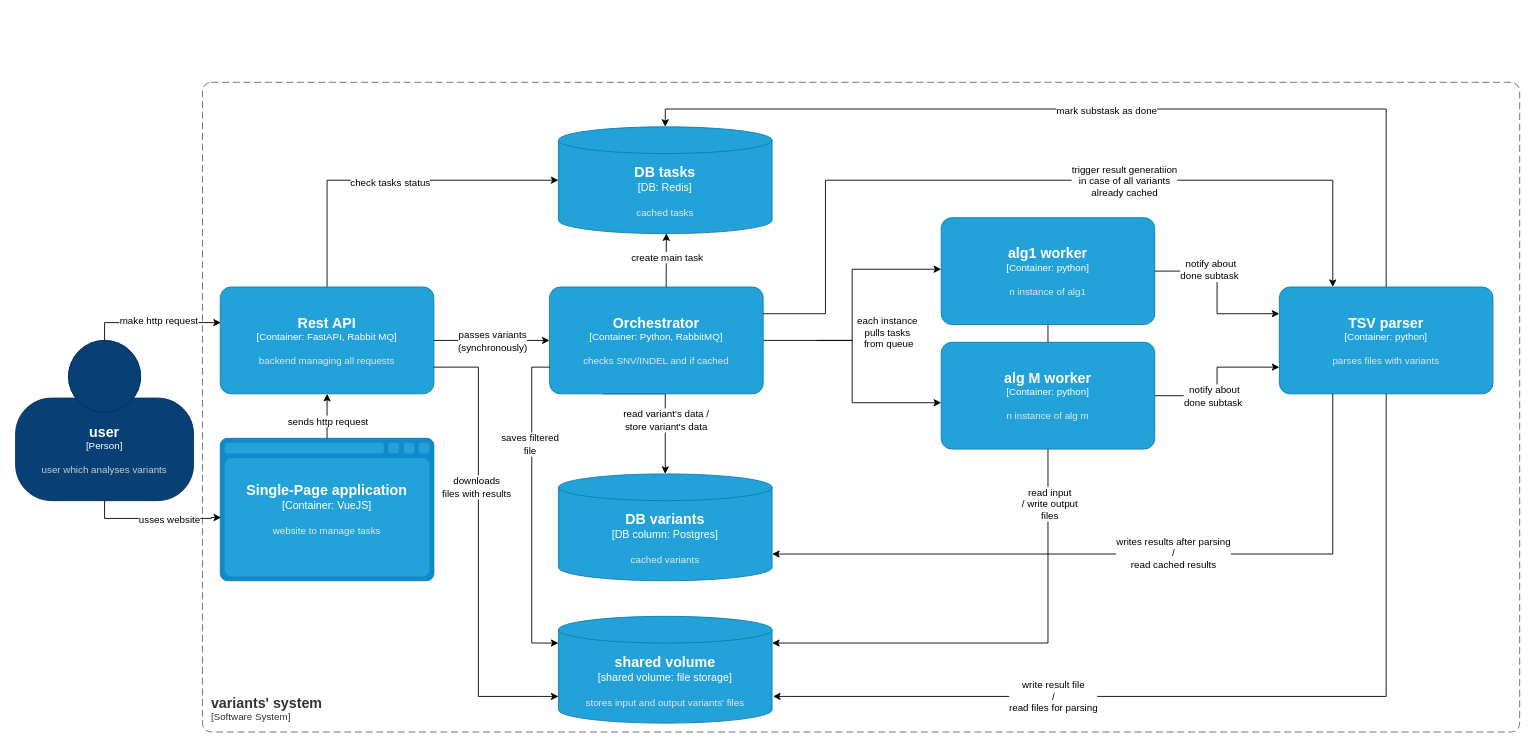
This is page "container" (1 of 2) of docs/architecture.drawio from wz7475/genetics-app, a draw.io file, before an edit. Source tidied: cells renumbered, new cells numbered last; positions are measured from the earlier drawing's top-left corner, leaving out a move shared by most shapes. Both pictures are drawn from the tidied source at 89%, with x=0, y=0 at pixel (15, 82).
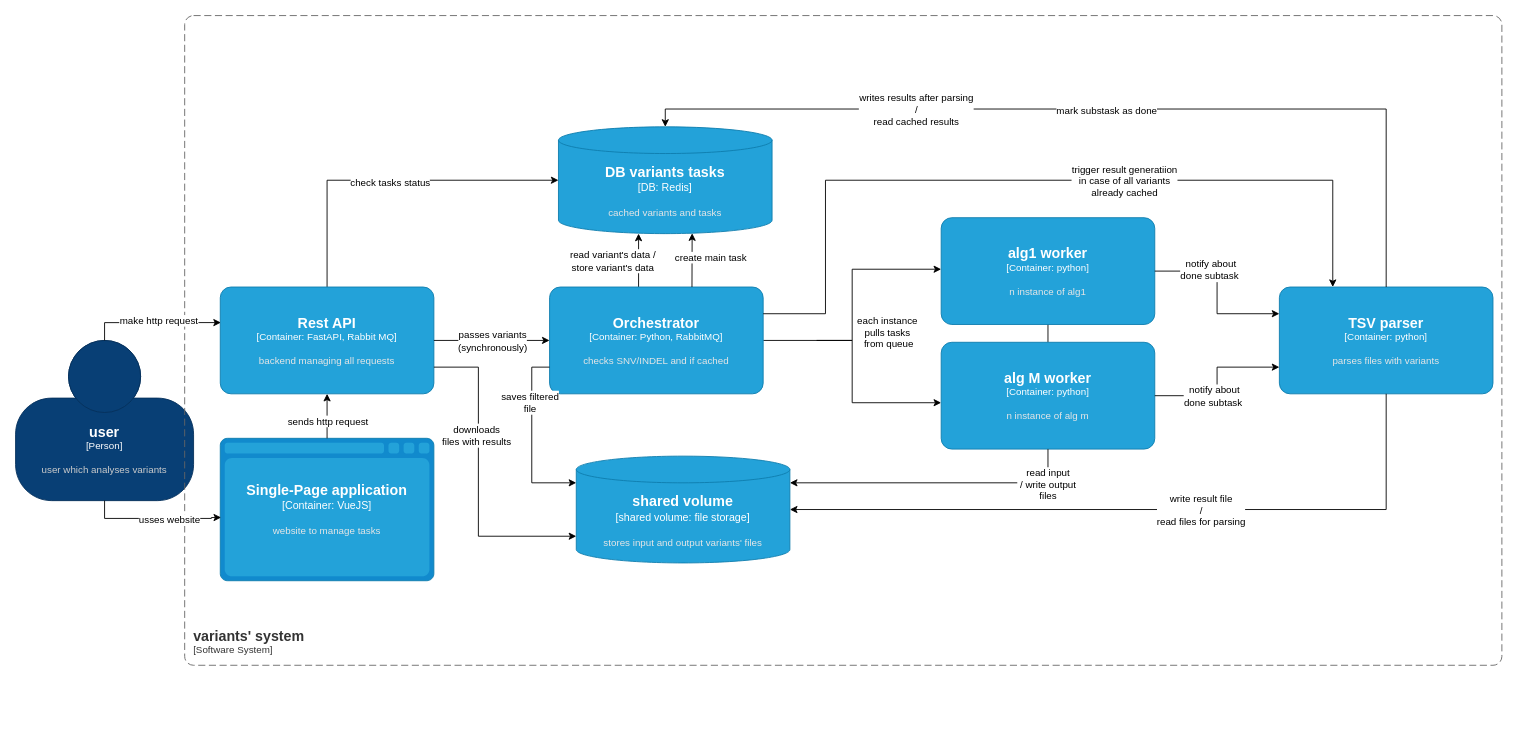
The same page after the edit.

The change refers to these unchanged cells:
```xml
<object id="8" label="&lt;font style=&quot;font-size: 16px&quot;&gt;&lt;b&gt;%c4Name%&lt;/b&gt;&lt;/font&gt;&lt;div&gt;[%c4Type%: %c4Technology%]&lt;/div&gt;&lt;br&gt;&lt;div&gt;&lt;font style=&quot;font-size: 11px&quot;&gt;&lt;font color=&quot;#E6E6E6&quot;&gt;%c4Description%&lt;/font&gt;&lt;/div&gt;" c4Description="backend managing all requests" c4Name="Rest API" c4Technology="FastAPI, Rabbit MQ" c4Type="Container" placeholders="1">
  <mxCell style="rounded=1;whiteSpace=wrap;html=1;fontSize=11;labelBackgroundColor=none;fillColor=#23A2D9;fontColor=#ffffff;align=center;arcSize=10;strokeColor=#0E7DAD;points=[[0.25,0,0],[0.5,0,0],[0.75,0,0],[1,0.25,0],[1,0.5,0],[1,0.75,0],[0.75,1,0],[0.5,1,0],[0.25,1,0],[0,0.75,0],[0,0.5,0],[0,0.25,0]];glass=0;shadow=0;" parent="1" vertex="1">
    <mxGeometry x="230" y="230" width="240" height="120" as="geometry" />
  </mxCell>
</object>
<object id="17" label="&lt;font style=&quot;font-size: 16px&quot;&gt;&lt;b&gt;%c4Name%&lt;/b&gt;&lt;/font&gt;&lt;div&gt;[%c4Type%: %c4Technology%]&lt;/div&gt;&lt;br&gt;&lt;div&gt;&lt;font style=&quot;font-size: 11px&quot;&gt;&lt;font color=&quot;#E6E6E6&quot;&gt;%c4Description%&lt;/font&gt;&lt;/div&gt;" c4Description="checks SNV/INDEL and if cached" c4Name="Orchestrator" c4Technology="Python, RabbitMQ" c4Type="Container" placeholders="1">
  <mxCell style="rounded=1;whiteSpace=wrap;html=1;fontSize=11;labelBackgroundColor=none;fillColor=#23A2D9;fontColor=#ffffff;align=center;arcSize=10;strokeColor=#0E7DAD;points=[[0.25,0,0],[0.5,0,0],[0.75,0,0],[1,0.25,0],[1,0.5,0],[1,0.75,0],[0.75,1,0],[0.5,1,0],[0.25,1,0],[0,0.75,0],[0,0.5,0],[0,0.25,0]];" parent="1" vertex="1">
    <mxGeometry x="600" y="230" width="240" height="120" as="geometry" />
  </mxCell>
</object>
<object id="30" label="&lt;font style=&quot;font-size: 16px&quot;&gt;&lt;b&gt;%c4Name%&lt;/b&gt;&lt;/font&gt;&lt;div&gt;[%c4Type%: %c4Technology%]&lt;/div&gt;&lt;br&gt;&lt;div&gt;&lt;font style=&quot;font-size: 11px&quot;&gt;&lt;font color=&quot;#E6E6E6&quot;&gt;%c4Description%&lt;/font&gt;&lt;/div&gt;" c4Description="parses files with variants" c4Name="TSV parser" c4Technology="python" c4Type="Container" placeholders="1">
  <mxCell style="rounded=1;whiteSpace=wrap;html=1;fontSize=11;labelBackgroundColor=none;fillColor=#23A2D9;fontColor=#ffffff;align=center;arcSize=10;strokeColor=#0E7DAD;points=[[0.25,0,0],[0.5,0,0],[0.75,0,0],[1,0.25,0],[1,0.5,0],[1,0.75,0],[0.75,1,0],[0.5,1,0],[0.25,1,0],[0,0.75,0],[0,0.5,0],[0,0.25,0]];" parent="1" vertex="1">
    <mxGeometry x="1420" y="230" width="240" height="120" as="geometry" />
  </mxCell>
</object>
<mxCell id="45" style="edgeStyle=orthogonalEdgeStyle;rounded=0;jettySize=auto;html=1;exitX=0.5;exitY=0;exitDx=0;exitDy=0;exitPerimeter=0;entryX=0.5;entryY=0;entryDx=0;entryDy=0;entryPerimeter=0;" parent="1" edge="1" source="30" target="23">
  <mxGeometry relative="1" as="geometry" />
</mxCell>
```

The edit, as a diff of the source:
```diff
@@
     <object id="4" label="&lt;font style=&quot;font-size: 16px&quot;&gt;&lt;b&gt;&lt;div style=&quot;text-align: left&quot;&gt;%c4Name%&lt;/div&gt;&lt;/b&gt;&lt;/font&gt;&lt;div style=&quot;text-align: left&quot;&gt;[%c4Application%]&lt;/div&gt;" c4Application="Software System" c4Name="variants' system" placeholders="1">
       <mxCell style="rounded=1;fontSize=11;whiteSpace=wrap;html=1;dashed=1;arcSize=20;fillColor=none;strokeColor=#666666;fontColor=#333333;labelBackgroundColor=none;align=left;verticalAlign=bottom;labelBorderColor=none;spacingTop=0;spacing=10;dashPattern=8 4;perimeter=rectanglePerimeter;noLabel=0;labelPadding=0;absoluteArcSize=1;" parent="1" vertex="1">
-        <mxGeometry x="210" width="1480" height="730" as="geometry" />
+        <mxGeometry x="190" y="-75" width="1480" height="730" as="geometry" />
       </mxCell>
     </object>
@@
-    <object id="12" label="&lt;font style=&quot;font-size: 16px&quot;&gt;&lt;b&gt;%c4Type%&lt;/b&gt;&lt;/font&gt;&lt;div&gt;[%c4Container%:&amp;nbsp;%c4Technology%]&lt;/div&gt;&lt;br&gt;&lt;div&gt;&lt;font style=&quot;font-size: 11px&quot;&gt;&lt;font color=&quot;#E6E6E6&quot;&gt;%c4Description%&lt;/font&gt;&lt;/div&gt;" c4Container="DB column" c4Description="cached variants" c4Technology="Postgres" c4Type="DB variants" placeholders="1">
-      <mxCell style="shape=cylinder3;size=15;whiteSpace=wrap;html=1;boundedLbl=1;rounded=0;labelBackgroundColor=none;fillColor=#23A2D9;fontSize=12;fontColor=#ffffff;align=center;strokeColor=#0E7DAD;points=[[0.5,0,0],[1,0.25,0],[1,0.5,0],[1,0.75,0],[0.5,1,0],[0,0.75,0],[0,0.5,0],[0,0.25,0]];" parent="1" vertex="1">
-        <mxGeometry x="610" y="440" width="240" height="120" as="geometry" />
-      </mxCell>
-    </object>
@@
-    <mxCell id="15" style="edgeStyle=orthogonalEdgeStyle;rounded=0;jettySize=auto;html=1;exitX=0.25;exitY=1;exitDx=0;exitDy=0;exitPerimeter=0;" parent="1" edge="1" source="17" target="12">
-      <mxGeometry relative="1" as="geometry">
-        <Array as="points">
-          <mxPoint x="730" y="350" />
-        </Array>
-      </mxGeometry>
-    </mxCell>
+    <mxCell id="49" style="edgeStyle=orthogonalEdgeStyle;rounded=0;orthogonalLoop=1;jettySize=auto;html=1;" parent="1" edge="1">
+      <mxGeometry relative="1" as="geometry">
+        <mxPoint x="700" y="230" as="sourcePoint" />
+        <mxPoint x="700" y="170" as="targetPoint" />
+      </mxGeometry>
+    </mxCell>
-    <mxCell id="16" value="read variant's data /&lt;br&gt;store variant's data" style="edgeLabel;html=1;align=center;verticalAlign=middle;" parent="15" vertex="1">
-      <mxGeometry x="-0.09" y="1" relative="1" as="geometry">
-        <mxPoint x="-1" y="26" as="offset" />
+    <mxCell id="16" value="read variant's data /&lt;br&gt;store variant's data" style="edgeLabel;html=1;align=center;verticalAlign=middle;" parent="49" vertex="1">
+      <mxGeometry x="-0.13" y="2" relative="1" as="geometry">
+        <mxPoint x="-28" y="-4" as="offset" />
       </mxGeometry>
     </mxCell>
@@
-    <object id="23" label="&lt;font style=&quot;font-size: 16px&quot;&gt;&lt;b&gt;%c4Type%&lt;/b&gt;&lt;/font&gt;&lt;div&gt;[%c4Container%:&amp;nbsp;%c4Technology%]&lt;/div&gt;&lt;br&gt;&lt;div&gt;&lt;font style=&quot;font-size: 11px&quot;&gt;&lt;font color=&quot;#E6E6E6&quot;&gt;%c4Description%&lt;/font&gt;&lt;/div&gt;" c4Container="DB" c4Description="cached tasks" c4Technology="Redis" c4Type="DB tasks" placeholders="1">
+    <object id="23" label="&lt;font style=&quot;font-size: 16px&quot;&gt;&lt;b&gt;%c4Type%&lt;/b&gt;&lt;/font&gt;&lt;div&gt;[%c4Container%:&amp;nbsp;%c4Technology%]&lt;/div&gt;&lt;br&gt;&lt;div&gt;&lt;font style=&quot;font-size: 11px&quot;&gt;&lt;font color=&quot;#E6E6E6&quot;&gt;%c4Description%&lt;/font&gt;&lt;/div&gt;" c4Container="DB" c4Description="cached variants and tasks" c4Technology="Redis" c4Type="DB variants tasks" placeholders="1">
       <mxCell style="shape=cylinder3;size=15;whiteSpace=wrap;html=1;boundedLbl=1;rounded=0;labelBackgroundColor=none;fillColor=#23A2D9;fontSize=12;fontColor=#ffffff;align=center;strokeColor=#0E7DAD;points=[[0.5,0,0],[1,0.25,0],[1,0.5,0],[1,0.75,0],[0.5,1,0],[0,0.75,0],[0,0.5,0],[0,0.25,0]];" parent="1" vertex="1">
         <mxGeometry x="610" y="50" width="240" height="120" as="geometry" />
       </mxCell>
     </object>
@@
-    <mxCell id="25" style="edgeStyle=orthogonalEdgeStyle;rounded=0;jettySize=auto;html=1;entryX=0.505;entryY=0.997;entryDx=0;entryDy=0;entryPerimeter=0;" parent="1" edge="1" target="23">
+    <mxCell id="25" style="edgeStyle=orthogonalEdgeStyle;rounded=0;orthogonalLoop=1;jettySize=auto;html=1;entryX=0.505;entryY=0.997;entryDx=0;entryDy=0;entryPerimeter=0;" parent="1" edge="1">
       <mxGeometry relative="1" as="geometry">
-        <mxPoint x="731" y="230" as="sourcePoint" />
+        <mxPoint x="760" y="230" as="sourcePoint" />
+        <mxPoint x="760.2" y="169.6" as="targetPoint" />
         <Array as="points">
-          <mxPoint x="731" y="230" />
+          <mxPoint x="760" y="230" />
         </Array>
       </mxGeometry>
     </mxCell>
     <mxCell id="26" value="create main task" style="edgeLabel;html=1;align=center;verticalAlign=middle;" parent="25" vertex="1">
       <mxGeometry x="0.16" relative="1" as="geometry">
-        <mxPoint y="1" as="offset" />
+        <mxPoint x="20" y="1" as="offset" />
       </mxGeometry>
     </mxCell>
@@
     <object id="29" label="&lt;font style=&quot;font-size: 16px&quot;&gt;&lt;b&gt;%c4Type%&lt;/b&gt;&lt;/font&gt;&lt;div&gt;[%c4Container%:&amp;nbsp;%c4Technology%]&lt;/div&gt;&lt;br&gt;&lt;div&gt;&lt;font style=&quot;font-size: 11px&quot;&gt;&lt;font color=&quot;#E6E6E6&quot;&gt;%c4Description%&lt;/font&gt;&lt;/div&gt;" c4Container="shared volume" c4Description="stores input and output variants' files" c4Technology="file storage" c4Type="shared volume" placeholders="1">
       <mxCell style="shape=cylinder3;size=15;whiteSpace=wrap;html=1;boundedLbl=1;rounded=0;labelBackgroundColor=none;fillColor=#23A2D9;fontSize=12;fontColor=#ffffff;align=center;strokeColor=#0E7DAD;points=[[0.5,0,0],[1,0.25,0],[1,0.5,0],[1,0.75,0],[0.5,1,0],[0,0.75,0],[0,0.5,0],[0,0.25,0]];" parent="1" vertex="1">
-        <mxGeometry x="610" y="600" width="240" height="120" as="geometry" />
+        <mxGeometry x="630" y="420" width="240" height="120" as="geometry" />
       </mxCell>
     </object>
@@
     <mxCell id="35" style="edgeStyle=orthogonalEdgeStyle;rounded=0;jettySize=auto;html=1;exitX=1;exitY=0.75;exitDx=0;exitDy=0;exitPerimeter=0;entryX=0;entryY=0.75;entryDx=0;entryDy=0;entryPerimeter=0;" parent="1" edge="1" source="8" target="29">
       <mxGeometry relative="1" as="geometry">
         <Array as="points">
           <mxPoint x="520" y="320" />
-          <mxPoint x="520" y="690" />
+          <mxPoint x="520" y="510" />
         </Array>
       </mxGeometry>
     </mxCell>
@@
-    <mxCell id="43" style="edgeStyle=orthogonalEdgeStyle;rounded=0;jettySize=auto;html=1;exitX=0.5;exitY=1;exitDx=0;exitDy=0;exitPerimeter=0;entryX=1;entryY=0.75;entryDx=0;entryDy=0;entryPerimeter=0;startArrow=none;startFill=0;" parent="1" edge="1" source="30">
+    <mxCell id="43" style="edgeStyle=orthogonalEdgeStyle;rounded=0;jettySize=auto;html=1;exitX=0.5;exitY=1;exitDx=0;exitDy=0;exitPerimeter=0;entryX=1;entryY=0.5;entryDx=0;entryDy=0;entryPerimeter=0;startArrow=none;startFill=0;" parent="1" edge="1" source="30" target="29">
       <mxGeometry relative="1" as="geometry">
-        <mxPoint x="851" y="690" as="targetPoint" />
         <Array as="points">
-          <mxPoint x="1540" y="690" />
+          <mxPoint x="1540" y="480" />
         </Array>
       </mxGeometry>
     </mxCell>
     <mxCell id="44" value="write result file&lt;br&gt;/&lt;br&gt;read files for parsing" style="edgeLabel;html=1;align=center;verticalAlign=middle;" parent="43" vertex="1">
-      <mxGeometry x="0.39" y="-1" relative="1" as="geometry" />
+      <mxGeometry x="0.39" y="-1" relative="1" as="geometry">
+        <mxPoint x="217" y="1" as="offset" />
+      </mxGeometry>
     </mxCell>
@@
-    <mxCell id="47" style="edgeStyle=orthogonalEdgeStyle;rounded=0;jettySize=auto;html=1;exitX=0.25;exitY=1;exitDx=0;exitDy=0;exitPerimeter=0;entryX=1;entryY=0.75;entryDx=0;entryDy=0;entryPerimeter=0;" parent="1" edge="1" source="30" target="12">
-      <mxGeometry relative="1" as="geometry" />
-    </mxCell>
-    <mxCell id="48" value="writes results after parsing&lt;br&gt;/&lt;br&gt;read cached results" style="edgeLabel;html=1;align=center;verticalAlign=middle;" parent="47" vertex="1">
-      <mxGeometry x="-0.11" y="-2" relative="1" as="geometry" />
+    <mxCell id="48" value="writes results after parsing&lt;br&gt;/&lt;br&gt;read cached results" style="edgeLabel;html=1;align=center;verticalAlign=middle;" parent="45" vertex="1">
+      <mxGeometry x="0.44" relative="1" as="geometry">
+        <mxPoint x="13" as="offset" />
+      </mxGeometry>
     </mxCell>
```
